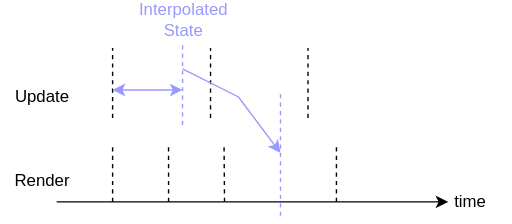
This is public/posts/timestep-and-frame-pacing/resources/timestep_3.svg from raylee9919/raylee9919.github.io, a draw.io export, as it was before one commit. Source tidied: cells renumbered, new cells last; positions are measured from the earlier drawing's top-left corner, leaving out a move shared by most shapes.
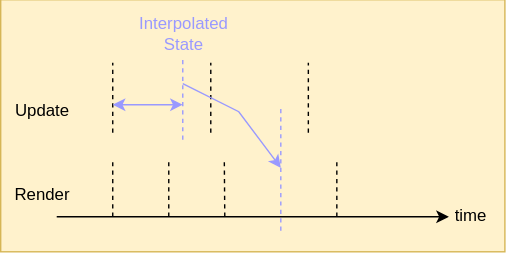
Above is the later version.

Change to the diagram source:
```diff
@@ -2,92 +2,95 @@
   <root>
     <mxCell id="0" />
     <mxCell id="1" parent="0" />
-    <mxCell id="2" style="endArrow=classic;html=1;rounded=0;" parent="1" edge="1">
-      <mxGeometry relative="1" as="geometry">
-        <mxPoint x="40" y="145" as="sourcePoint" />
-        <mxPoint x="320" y="145" as="targetPoint" />
-      </mxGeometry>
+    <mxCell id="2" style="rounded=0;whiteSpace=wrap;html=1;fillColor=#fff2cc;strokeColor=#d6b656;" parent="1" vertex="1">
+      <mxGeometry y="-10" width="360" height="180" as="geometry" />
     </mxCell>
-    <mxCell id="3" style="endArrow=none;dashed=1;html=1;rounded=0;" parent="1" edge="1">
+    <mxCell id="3" style="endArrow=classic;html=1;rounded=0;" parent="1" edge="1">
       <mxGeometry relative="1" as="geometry">
-        <mxPoint x="80" y="145" as="sourcePoint" />
-        <mxPoint x="80" y="105" as="targetPoint" />
+        <mxPoint x="40" y="145" as="sourcePoint" />
+        <mxPoint x="320" y="145" as="targetPoint" />
       </mxGeometry>
     </mxCell>
     <mxCell id="4" style="endArrow=none;dashed=1;html=1;rounded=0;" parent="1" edge="1">
       <mxGeometry relative="1" as="geometry">
-        <mxPoint x="120" y="145" as="sourcePoint" />
-        <mxPoint x="120" y="105" as="targetPoint" />
+        <mxPoint x="80" y="145" as="sourcePoint" />
+        <mxPoint x="80" y="105" as="targetPoint" />
       </mxGeometry>
     </mxCell>
     <mxCell id="5" style="endArrow=none;dashed=1;html=1;rounded=0;" parent="1" edge="1">
       <mxGeometry relative="1" as="geometry">
-        <mxPoint x="160" y="145" as="sourcePoint" />
-        <mxPoint x="159.7" y="105" as="targetPoint" />
+        <mxPoint x="120" y="145" as="sourcePoint" />
+        <mxPoint x="120" y="105" as="targetPoint" />
       </mxGeometry>
     </mxCell>
-    <mxCell id="6" style="endArrow=none;dashed=1;html=1;rounded=0;strokeColor=#9999FF;exitX=0.5;exitY=0;exitDx=0;exitDy=0;" parent="1" edge="1">
+    <mxCell id="6" style="endArrow=none;dashed=1;html=1;rounded=0;" parent="1" edge="1">
       <mxGeometry relative="1" as="geometry">
-        <mxPoint x="200" y="155" as="sourcePoint" />
-        <mxPoint x="200" y="65" as="targetPoint" />
+        <mxPoint x="160" y="145" as="sourcePoint" />
+        <mxPoint x="159.7" y="105" as="targetPoint" />
       </mxGeometry>
     </mxCell>
-    <mxCell id="7" style="endArrow=none;dashed=1;html=1;rounded=0;" parent="1" edge="1">
+    <mxCell id="7" style="endArrow=none;dashed=1;html=1;rounded=0;strokeColor=#9999FF;exitX=0.5;exitY=0;exitDx=0;exitDy=0;" parent="1" edge="1">
       <mxGeometry relative="1" as="geometry">
-        <mxPoint x="240" y="145" as="sourcePoint" />
-        <mxPoint x="240" y="105" as="targetPoint" />
+        <mxPoint x="200" y="155" as="sourcePoint" />
+        <mxPoint x="200" y="65" as="targetPoint" />
       </mxGeometry>
     </mxCell>
     <mxCell id="8" style="endArrow=none;dashed=1;html=1;rounded=0;" parent="1" edge="1">
       <mxGeometry relative="1" as="geometry">
-        <mxPoint x="80" y="85" as="sourcePoint" />
-        <mxPoint x="80" y="35" as="targetPoint" />
+        <mxPoint x="240" y="145" as="sourcePoint" />
+        <mxPoint x="240" y="105" as="targetPoint" />
       </mxGeometry>
     </mxCell>
     <mxCell id="9" style="endArrow=none;dashed=1;html=1;rounded=0;" parent="1" edge="1">
       <mxGeometry relative="1" as="geometry">
-        <mxPoint x="150" y="85" as="sourcePoint" />
-        <mxPoint x="150" y="35" as="targetPoint" />
+        <mxPoint x="80" y="85" as="sourcePoint" />
+        <mxPoint x="80" y="35" as="targetPoint" />
       </mxGeometry>
     </mxCell>
     <mxCell id="10" style="endArrow=none;dashed=1;html=1;rounded=0;" parent="1" edge="1">
       <mxGeometry relative="1" as="geometry">
-        <mxPoint x="219.7" y="85" as="sourcePoint" />
-        <mxPoint x="219.7" y="35" as="targetPoint" />
+        <mxPoint x="150" y="85" as="sourcePoint" />
+        <mxPoint x="150" y="35" as="targetPoint" />
       </mxGeometry>
     </mxCell>
-    <mxCell id="11" value="time" style="text;html=1;whiteSpace=wrap;strokeColor=none;fillColor=none;align=center;verticalAlign=middle;rounded=0;" parent="1" vertex="1">
-      <mxGeometry x="306" y="130" width="60" height="30" as="geometry" />
+    <mxCell id="11" style="endArrow=none;dashed=1;html=1;rounded=0;" parent="1" edge="1">
+      <mxGeometry relative="1" as="geometry">
+        <mxPoint x="219.7" y="85" as="sourcePoint" />
+        <mxPoint x="219.7" y="35" as="targetPoint" />
+      </mxGeometry>
     </mxCell>
-    <mxCell id="12" value="Update" style="text;html=1;whiteSpace=wrap;strokeColor=none;fillColor=none;align=center;verticalAlign=middle;rounded=0;" parent="1" vertex="1">
-      <mxGeometry y="55" width="60" height="30" as="geometry" />
+    <mxCell id="12" value="time" style="text;html=1;whiteSpace=wrap;strokeColor=none;fillColor=none;align=center;verticalAlign=middle;rounded=0;" parent="1" vertex="1">
+      <mxGeometry x="306" y="130" width="60" height="30" as="geometry" />
     </mxCell>
-    <mxCell id="13" value="Render" style="text;html=1;whiteSpace=wrap;strokeColor=none;fillColor=none;align=center;verticalAlign=middle;rounded=0;" parent="1" vertex="1">
-      <mxGeometry y="115" width="60" height="30" as="geometry" />
+    <mxCell id="13" value="Update" style="text;html=1;whiteSpace=wrap;strokeColor=none;fillColor=none;align=center;verticalAlign=middle;rounded=0;" parent="1" vertex="1">
+      <mxGeometry y="55" width="60" height="30" as="geometry" />
     </mxCell>
-    <mxCell id="14" style="endArrow=classic;startArrow=classic;html=1;rounded=0;fillColor=#dae8fc;strokeColor=#9999FF;" parent="1" edge="1">
-      <mxGeometry relative="1" as="geometry">
-        <mxPoint x="80" y="65" as="sourcePoint" />
-        <mxPoint x="130" y="65" as="targetPoint" />
-      </mxGeometry>
+    <mxCell id="14" value="Render" style="text;html=1;whiteSpace=wrap;strokeColor=none;fillColor=none;align=center;verticalAlign=middle;rounded=0;" parent="1" vertex="1">
+      <mxGeometry y="115" width="60" height="30" as="geometry" />
     </mxCell>
-    <mxCell id="15" style="endArrow=none;dashed=1;html=1;rounded=0;strokeColor=#9999FF;" parent="1" edge="1">
+    <mxCell id="15" style="endArrow=classic;startArrow=classic;html=1;rounded=0;fillColor=#dae8fc;strokeColor=#9999FF;" parent="1" edge="1">
       <mxGeometry relative="1" as="geometry">
-        <mxPoint x="130" y="90" as="sourcePoint" />
-        <mxPoint x="130" y="30" as="targetPoint" />
+        <mxPoint x="80" y="65" as="sourcePoint" />
+        <mxPoint x="130" y="65" as="targetPoint" />
       </mxGeometry>
     </mxCell>
-    <mxCell id="16" style="endArrow=classic;html=1;rounded=0;strokeColor=#9999FF;" parent="1" edge="1">
+    <mxCell id="16" style="endArrow=none;dashed=1;html=1;rounded=0;strokeColor=#9999FF;" parent="1" edge="1">
       <mxGeometry relative="1" as="geometry">
-        <mxPoint x="130" y="50" as="sourcePoint" />
-        <mxPoint x="200" y="110" as="targetPoint" />
-        <Array as="points">
-          <mxPoint x="170" y="70" />
-        </Array>
+        <mxPoint x="130" y="90" as="sourcePoint" />
+        <mxPoint x="130" y="30" as="targetPoint" />
       </mxGeometry>
     </mxCell>
-    <mxCell id="17" value="&lt;span style=&quot;color: rgb(153, 153, 255);&quot;&gt;Interpolated State&lt;/span&gt;" style="text;html=1;whiteSpace=wrap;strokeColor=none;fillColor=none;align=center;verticalAlign=middle;rounded=0;" parent="1" vertex="1">
-      <mxGeometry x="96" width="70" height="30" as="geometry" />
+    <mxCell id="17" style="endArrow=classic;html=1;rounded=0;strokeColor=#9999FF;" parent="1" edge="1">
+      <mxGeometry relative="1" as="geometry">
+        <mxPoint x="130" y="50" as="sourcePoint" />
+        <mxPoint x="200" y="110" as="targetPoint" />
+        <Array as="points">
+          <mxPoint x="170" y="70" />
+        </Array>
+      </mxGeometry>
     </mxCell>
+    <mxCell id="18" value="&lt;span style=&quot;color: rgb(153, 153, 255);&quot;&gt;Interpolated State&lt;/span&gt;" style="text;html=1;whiteSpace=wrap;strokeColor=none;fillColor=none;align=center;verticalAlign=middle;rounded=0;" parent="1" vertex="1">
+      <mxGeometry x="96" width="70" height="30" as="geometry" />
+    </mxCell>
   </root>
 </mxGraphModel>
```
